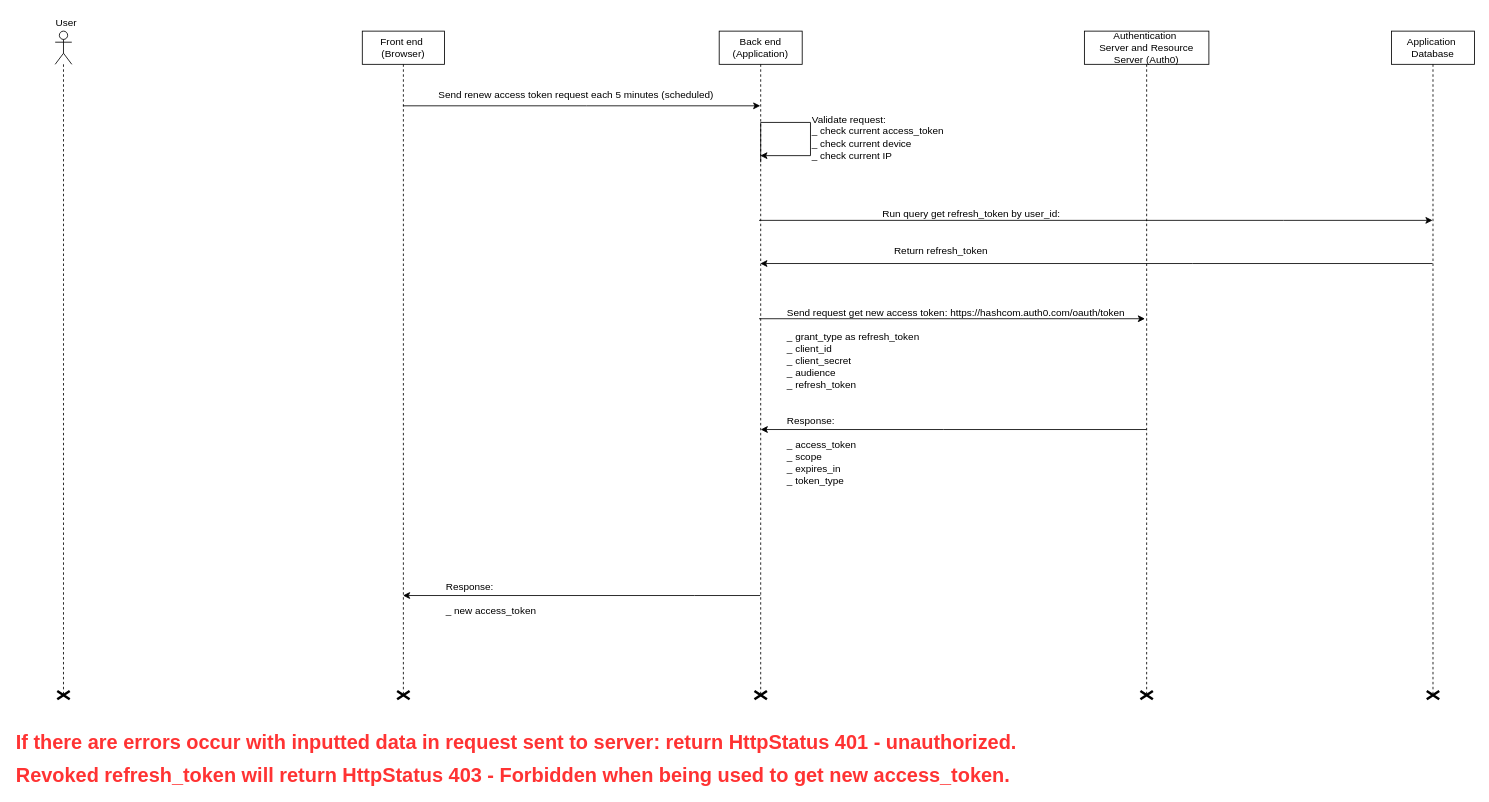
Above: token-renewal.drawio in quocq6hcm/HeHeHe (draw.io), before the change. Source tidied: cells renumbered, new cells numbered last; positions are measured from the earlier drawing's top-left corner, leaving out a move shared by most shapes. Both pictures are drawn from the tidied source at 83%, with x=0, y=0 at pixel (14, 14).
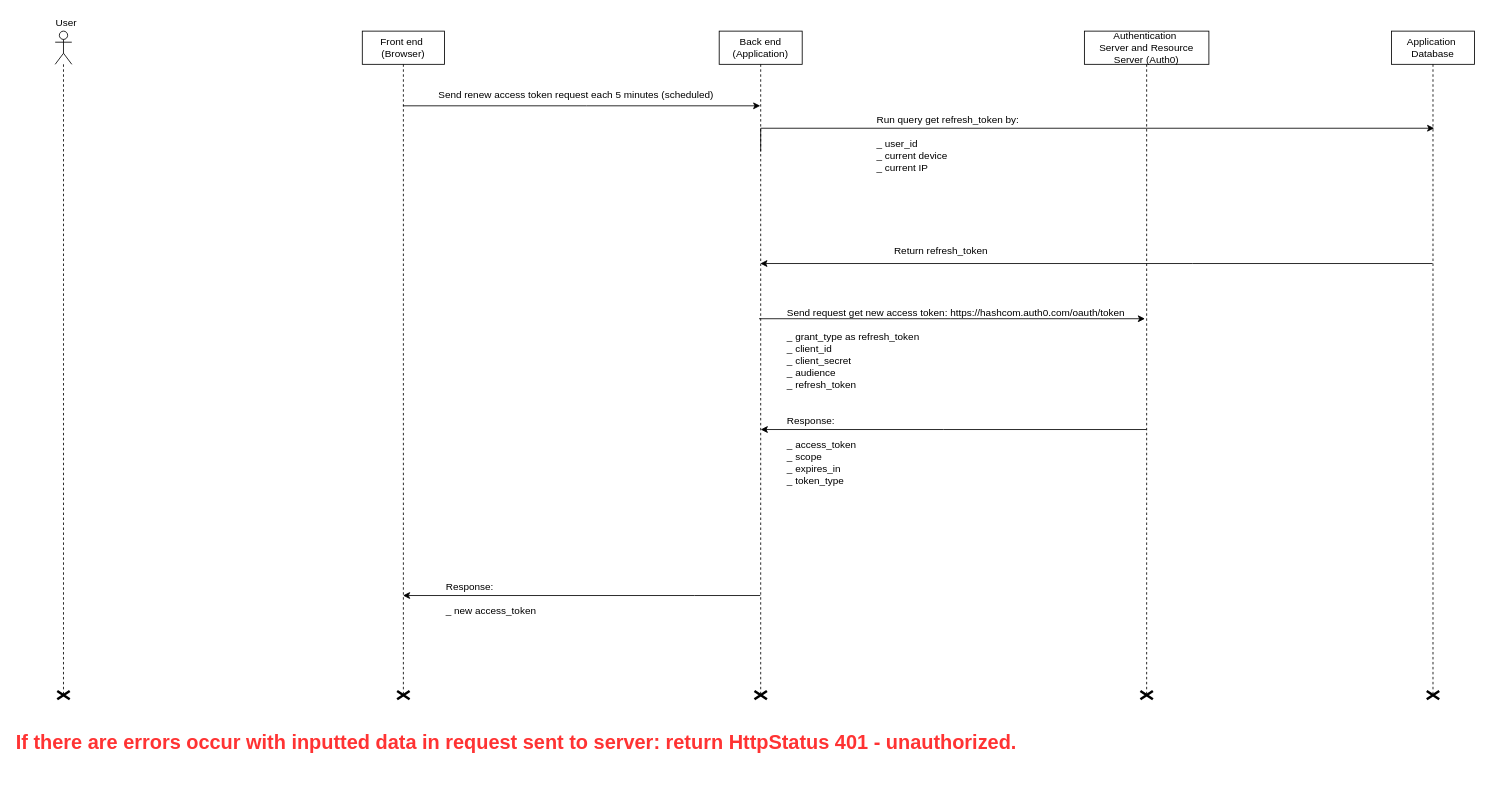
The same diagram, later.

The change refers to these unchanged cells:
```xml
<mxCell id="6" value="Back end&lt;br&gt;(Application)&lt;br&gt;" style="shape=umlLifeline;perimeter=lifelinePerimeter;whiteSpace=wrap;html=1;outlineConnect=0;" parent="1" vertex="1">
  <mxGeometry x="849" y="20" width="100" height="800" as="geometry" />
</mxCell>
<mxCell id="12" value="Application&amp;nbsp;&lt;br&gt;Database&lt;br&gt;" style="shape=umlLifeline;perimeter=lifelinePerimeter;whiteSpace=wrap;html=1;outlineConnect=0;" parent="1" vertex="1">
  <mxGeometry x="1659" y="20" width="100" height="800" as="geometry" />
</mxCell>
```

What changed in the source:
```diff
@@
-    <mxCell id="10" value="Validate request:&lt;br&gt;_ check current access_token&lt;br&gt;_ check current device&lt;br&gt;_ check current IP&lt;br&gt;&lt;br&gt;" style="text;html=1;align=left;verticalAlign=top;spacingTop=-4;" parent="1" vertex="1">
-      <mxGeometry x="959" y="117" width="170" height="70" as="geometry" />
-    </mxCell>
@@
-    <mxCell id="15" style="edgeStyle=orthogonalEdgeStyle;rounded=0;jettySize=auto;html=1;" parent="1" edge="1" target="6">
-      <mxGeometry relative="1" as="geometry">
-        <mxPoint x="899" y="178" as="sourcePoint" />
-        <Array as="points">
-          <mxPoint x="899" y="130" />
-          <mxPoint x="959" y="130" />
-          <mxPoint x="959" y="170" />
-        </Array>
-      </mxGeometry>
-    </mxCell>
-    <mxCell id="16" style="edgeStyle=orthogonalEdgeStyle;rounded=0;jettySize=auto;html=1;" parent="1" edge="1" target="12">
+    <mxCell id="16" style="edgeStyle=orthogonalEdgeStyle;rounded=0;orthogonalLoop=1;jettySize=auto;html=1;" parent="1" edge="1">
       <mxGeometry relative="1" as="geometry">
-        <mxPoint x="897" y="248" as="sourcePoint" />
+        <mxPoint x="899" y="165" as="sourcePoint" />
+        <mxPoint x="1710.5" y="137" as="targetPoint" />
         <Array as="points">
-          <mxPoint x="1529" y="248" />
-          <mxPoint x="1529" y="248" />
+          <mxPoint x="899" y="137" />
         </Array>
       </mxGeometry>
     </mxCell>
-    <mxCell id="17" value="&lt;span&gt;Run query get refresh_token by user_id:&lt;br&gt;&lt;/span&gt;&lt;br&gt;" style="text;html=1;align=left;verticalAlign=top;spacingTop=-4;" parent="1" vertex="1">
-      <mxGeometry x="1044" y="230" width="230" height="30" as="geometry" />
+    <mxCell id="17" value="&lt;span&gt;Run query get refresh_token by:&lt;br&gt;&lt;br&gt;_ user_id&lt;br&gt;&lt;/span&gt;_ current device&lt;br&gt;_ current IP&lt;br&gt;" style="text;html=1;align=left;verticalAlign=top;spacingTop=-4;" parent="1" vertex="1">
+      <mxGeometry x="1037" y="117" width="190" height="70" as="geometry" />
     </mxCell>
@@
-    <mxCell id="22" value="&lt;font color=&quot;#ff3333&quot;&gt;&lt;span style=&quot;font-size: 24px&quot;&gt;Revoked refresh_token will return HttpStatus 403 - Forbidden when being used to get new access_token.&lt;/span&gt;&lt;/font&gt;" style="text;html=1;align=left;verticalAlign=top;spacingTop=-4;fontStyle=1;" parent="1" vertex="1">
-      <mxGeometry y="900" width="1130" height="20" as="geometry" />
-    </mxCell>
```
